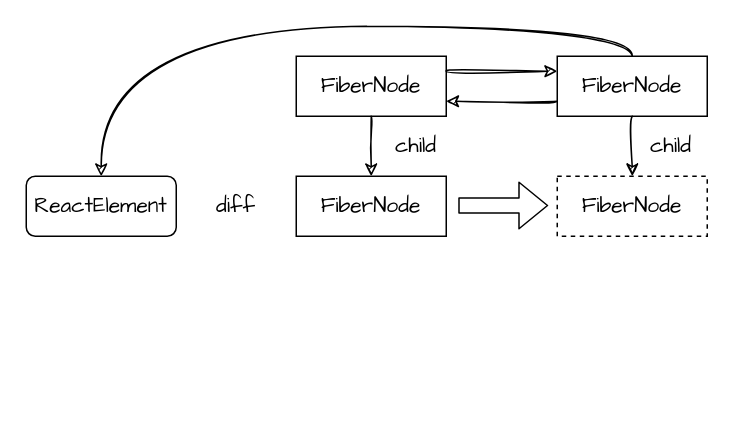
This is page "第 3 页" (3 of 6) of source/_posts/big-react-wasm-10/big-react-wasm-10.drawio from ParadeTo/blog, a draw.io file, before an edit. Source tidied: cells renumbered, new cells numbered last; positions are measured from the earlier drawing's top-left corner, leaving out a move shared by most shapes. Both pictures are drawn from the tidied source at 150%, with x=0, y=0 at pixel (26, 56).
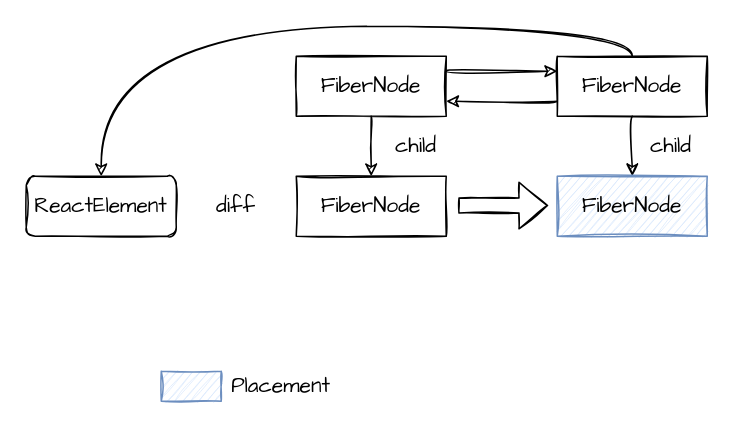
The same page after the edit.

Change to the diagram source:
```diff
@@
 <mxGraphModel>
   <root>
     <mxCell id="0" />
     <mxCell id="1" parent="0" />
     <mxCell id="2" style="edgeStyle=orthogonalEdgeStyle;rounded=0;sketch=1;jettySize=auto;html=1;fontFamily=Comic Sans MS;fontSize=14;" parent="1" edge="1" source="5" target="6">
       <mxGeometry relative="1" as="geometry" />
     </mxCell>
     <mxCell id="3" style="edgeStyle=orthogonalEdgeStyle;sketch=1;jettySize=auto;html=1;fontFamily=Comic Sans MS;fontSize=14;jumpStyle=arc;curved=1;exitX=0.5;exitY=0;exitDx=0;exitDy=0;" parent="1" edge="1" source="11" target="8">
       <mxGeometry relative="1" as="geometry" />
     </mxCell>
     <mxCell id="4" style="edgeStyle=orthogonalEdgeStyle;curved=1;sketch=1;jumpStyle=arc;jettySize=auto;html=1;exitX=1;exitY=0.25;exitDx=0;exitDy=0;entryX=0;entryY=0.25;entryDx=0;entryDy=0;fontFamily=Comic Sans MS;fontSize=14;" parent="1" edge="1" source="5" target="11">
       <mxGeometry relative="1" as="geometry" />
     </mxCell>
-    <mxCell id="5" value="FiberNode" style="rounded=0;whiteSpace=wrap;html=1;fillColor=none;fontFamily=Comic Sans MS;fontSize=14;" parent="1" vertex="1">
+    <mxCell id="5" value="FiberNode" style="rounded=0;whiteSpace=wrap;html=1;fillColor=none;fontFamily=Comic Sans MS;fontSize=14;sketch=1;" parent="1" vertex="1">
       <mxGeometry x="180" width="100" height="40" as="geometry" />
     </mxCell>
-    <mxCell id="6" value="FiberNode" style="rounded=0;whiteSpace=wrap;html=1;fillColor=none;fontFamily=Comic Sans MS;fontSize=14;" parent="1" vertex="1">
+    <mxCell id="6" value="FiberNode" style="rounded=0;whiteSpace=wrap;html=1;fillColor=none;fontFamily=Comic Sans MS;fontSize=14;sketch=1;" parent="1" vertex="1">
       <mxGeometry x="180" y="80" width="100" height="40" as="geometry" />
     </mxCell>
     <mxCell id="7" value="child" style="text;html=1;strokeColor=none;fillColor=none;align=center;verticalAlign=middle;whiteSpace=wrap;rounded=0;fontFamily=Comic Sans MS;fontSize=14;" parent="1" vertex="1">
       <mxGeometry x="240" y="50" width="40" height="20" as="geometry" />
     </mxCell>
-    <mxCell id="8" value="ReactElement" style="rounded=1;whiteSpace=wrap;html=1;fillColor=none;fontFamily=Comic Sans MS;fontSize=14;" parent="1" vertex="1">
+    <mxCell id="8" value="ReactElement" style="rounded=1;whiteSpace=wrap;html=1;fillColor=none;fontFamily=Comic Sans MS;fontSize=14;sketch=1;" parent="1" vertex="1">
       <mxGeometry y="80" width="100" height="40" as="geometry" />
     </mxCell>
     <mxCell id="9" style="edgeStyle=orthogonalEdgeStyle;curved=1;sketch=1;jumpStyle=arc;jettySize=auto;html=1;exitX=0;exitY=0.75;exitDx=0;exitDy=0;entryX=1;entryY=0.75;entryDx=0;entryDy=0;fontFamily=Comic Sans MS;fontSize=14;" parent="1" edge="1" source="11" target="5">
       <mxGeometry relative="1" as="geometry" />
     </mxCell>
     <mxCell id="10" style="edgeStyle=orthogonalEdgeStyle;curved=1;sketch=1;jumpStyle=arc;jettySize=auto;html=1;exitX=0.5;exitY=1;exitDx=0;exitDy=0;entryX=0.5;entryY=0;entryDx=0;entryDy=0;fontFamily=Comic Sans MS;fontSize=14;" parent="1" edge="1" source="11" target="13">
       <mxGeometry relative="1" as="geometry" />
     </mxCell>
-    <mxCell id="11" value="FiberNode" style="rounded=0;whiteSpace=wrap;html=1;fillColor=none;fontFamily=Comic Sans MS;fontSize=14;" parent="1" vertex="1">
+    <mxCell id="11" value="FiberNode" style="rounded=0;whiteSpace=wrap;html=1;fillColor=none;fontFamily=Comic Sans MS;fontSize=14;sketch=1;" parent="1" vertex="1">
       <mxGeometry x="354" width="100" height="40" as="geometry" />
     </mxCell>
-    <mxCell id="12" style="shape=flexArrow;endArrow=classic;html=1;fontFamily=Comic Sans MS;fontSize=14;" parent="1" edge="1">
+    <mxCell id="12" style="shape=flexArrow;endArrow=classic;html=1;fontFamily=Comic Sans MS;fontSize=14;sketch=1;" parent="1" edge="1">
       <mxGeometry relative="1" as="geometry">
         <mxPoint x="288" y="99.5" as="sourcePoint" />
         <mxPoint x="348" y="99.5" as="targetPoint" />
       </mxGeometry>
     </mxCell>
-    <mxCell id="13" value="FiberNode" style="rounded=0;whiteSpace=wrap;html=1;fillColor=none;fontFamily=Comic Sans MS;fontSize=14;dashed=1;" parent="1" vertex="1">
+    <mxCell id="13" value="FiberNode" style="rounded=0;whiteSpace=wrap;html=1;fillColor=#dae8fc;fontFamily=Comic Sans MS;fontSize=14;sketch=1;strokeColor=#6c8ebf;" parent="1" vertex="1">
       <mxGeometry x="354" y="80" width="100" height="40" as="geometry" />
     </mxCell>
     <mxCell id="14" value="diff" style="text;html=1;strokeColor=none;fillColor=none;align=center;verticalAlign=middle;whiteSpace=wrap;rounded=0;fontFamily=Comic Sans MS;fontSize=14;" parent="1" vertex="1">
       <mxGeometry x="120" y="90" width="40" height="20" as="geometry" />
     </mxCell>
     <mxCell id="15" value="child" style="text;html=1;strokeColor=none;fillColor=none;align=center;verticalAlign=middle;whiteSpace=wrap;rounded=0;fontFamily=Comic Sans MS;fontSize=14;" parent="1" vertex="1">
       <mxGeometry x="410" y="50" width="40" height="20" as="geometry" />
     </mxCell>
+    <mxCell id="16" style="rounded=0;whiteSpace=wrap;html=1;fillColor=#dae8fc;fontFamily=Comic Sans MS;fontSize=14;sketch=1;strokeColor=#6c8ebf;" parent="1" vertex="1">
+      <mxGeometry x="90" y="210" width="40" height="20" as="geometry" />
+    </mxCell>
+    <mxCell id="17" value="Placement" style="text;html=1;strokeColor=none;fillColor=none;align=center;verticalAlign=middle;whiteSpace=wrap;rounded=0;sketch=1;fontFamily=Comic Sans MS;fontSize=14;" parent="1" vertex="1">
+      <mxGeometry x="150" y="210" width="40" height="20" as="geometry" />
+    </mxCell>
   </root>
 </mxGraphModel>
```
